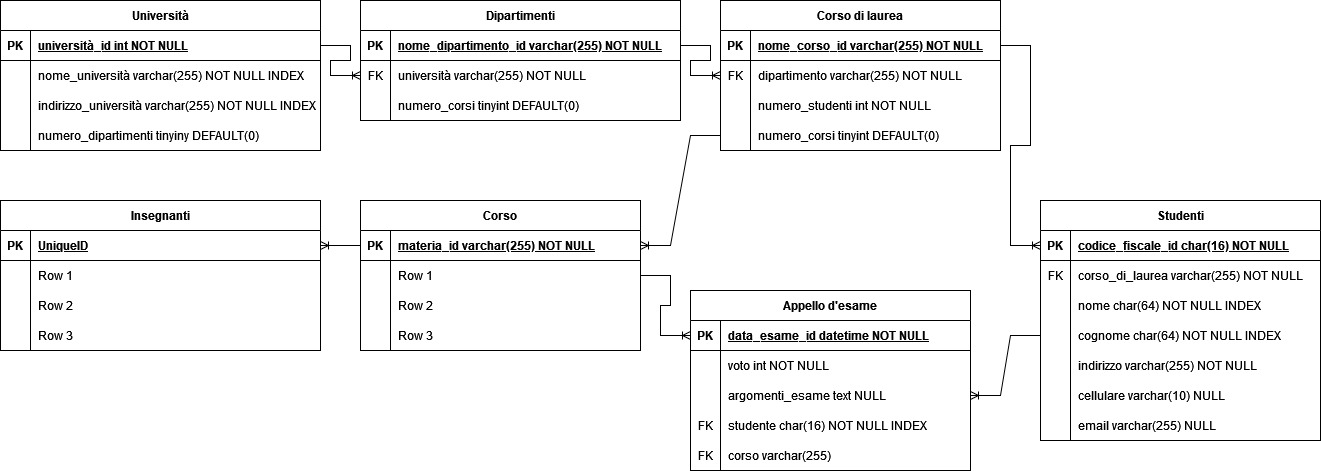
IlGrandeLuca/db-university keeps this draw.io diagram as db-university.drawio.png. Above is the earlier version. Source tidied: cells renumbered, new cells last; positions are measured from the earlier drawing's top-left corner, leaving out a move shared by most shapes.
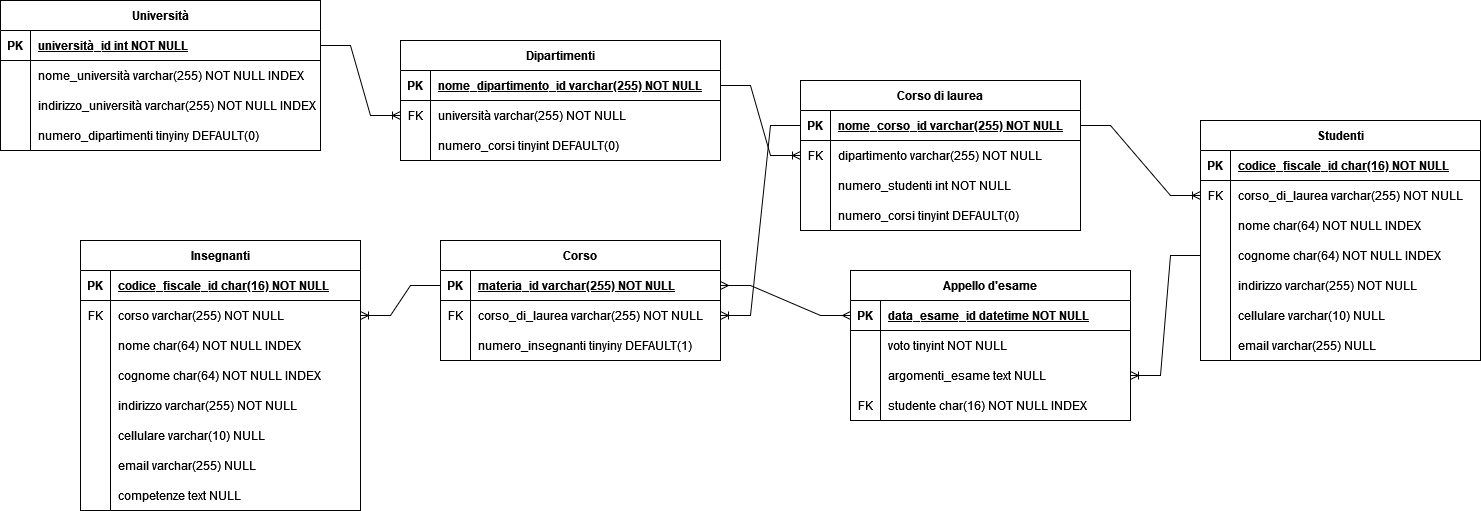
Later version of the same file.

The edit, as a diff of the source:
```diff
@@ -3,7 +3,7 @@
     <mxCell id="0" />
     <mxCell id="1" parent="0" />
     <mxCell id="2" value="Dipartimenti" style="shape=table;startSize=30;rowLines=0;fontStyle=1;align=center;" parent="1" vertex="1">
-      <mxGeometry x="360" width="320" height="120" as="geometry" />
+      <mxGeometry x="400" y="40" width="320" height="120" as="geometry" />
     </mxCell>
     <mxCell id="3" style="shape=partialRectangle;fillColor=none;points=[[0,0.5],[1,0.5]];portConstraint=eastwest;top=0;left=0;right=0;bottom=1;" parent="2" vertex="1">
       <mxGeometry y="30" width="320" height="30" as="geometry" />
@@ -33,7 +33,7 @@
       <mxGeometry x="30" width="290" height="30" as="geometry" />
     </mxCell>
     <mxCell id="12" value="Corso di laurea" style="shape=table;startSize=30;rowLines=0;fontStyle=1;align=center;" parent="1" vertex="1">
-      <mxGeometry x="720" width="280" height="150" as="geometry" />
+      <mxGeometry x="800" y="80" width="280" height="150" as="geometry" />
     </mxCell>
     <mxCell id="13" style="shape=partialRectangle;fillColor=none;points=[[0,0.5],[1,0.5]];portConstraint=eastwest;top=0;left=0;right=0;bottom=1;" parent="12" vertex="1">
       <mxGeometry y="30" width="280" height="30" as="geometry" />
@@ -110,47 +110,8 @@
     <mxCell id="37" value="numero_dipartimenti tinyiny DEFAULT(0)" style="shape=partialRectangle;fillColor=none;top=0;left=0;bottom=0;right=0;align=left;spacingLeft=6;overflow=hidden;" parent="35" vertex="1">
       <mxGeometry x="30" width="290" height="30" as="geometry" />
     </mxCell>
-    <mxCell id="38" value="Insegnanti" style="shape=table;startSize=30;rowLines=0;fontStyle=1;align=center;" parent="1" vertex="1">
-      <mxGeometry y="200" width="320" height="150" as="geometry" />
-    </mxCell>
-    <mxCell id="39" style="shape=partialRectangle;fillColor=none;top=0;left=0;bottom=1;right=0;points=[[0,0.5],[1,0.5]];portConstraint=eastwest;" parent="38" vertex="1">
-      <mxGeometry y="30" width="320" height="30" as="geometry" />
-    </mxCell>
-    <mxCell id="40" value="PK" style="shape=partialRectangle;fillColor=none;top=0;left=0;bottom=0;right=0;fontStyle=1;overflow=hidden;" parent="39" vertex="1">
-      <mxGeometry width="30" height="30" as="geometry" />
-    </mxCell>
-    <mxCell id="41" value="UniqueID" style="shape=partialRectangle;fillColor=none;top=0;left=0;bottom=0;right=0;align=left;spacingLeft=6;fontStyle=5;overflow=hidden;" parent="39" vertex="1">
-      <mxGeometry x="30" width="290" height="30" as="geometry" />
-    </mxCell>
-    <mxCell id="42" style="shape=partialRectangle;fillColor=none;top=0;left=0;bottom=0;right=0;" parent="38" vertex="1">
-      <mxGeometry y="60" width="320" height="30" as="geometry" />
-    </mxCell>
-    <mxCell id="43" style="shape=partialRectangle;fillColor=none;top=0;left=0;bottom=0;right=0;overflow=hidden;" parent="42" vertex="1">
-      <mxGeometry width="30" height="30" as="geometry" />
-    </mxCell>
-    <mxCell id="44" value="Row 1" style="shape=partialRectangle;fillColor=none;top=0;left=0;bottom=0;right=0;align=left;spacingLeft=6;overflow=hidden;" parent="42" vertex="1">
-      <mxGeometry x="30" width="290" height="30" as="geometry" />
-    </mxCell>
-    <mxCell id="45" style="shape=partialRectangle;fillColor=none;top=0;left=0;bottom=0;right=0;" parent="38" vertex="1">
-      <mxGeometry y="90" width="320" height="30" as="geometry" />
-    </mxCell>
-    <mxCell id="46" style="shape=partialRectangle;fillColor=none;top=0;left=0;bottom=0;right=0;overflow=hidden;" parent="45" vertex="1">
-      <mxGeometry width="30" height="30" as="geometry" />
-    </mxCell>
-    <mxCell id="47" value="Row 2" style="shape=partialRectangle;fillColor=none;top=0;left=0;bottom=0;right=0;align=left;spacingLeft=6;overflow=hidden;" parent="45" vertex="1">
-      <mxGeometry x="30" width="290" height="30" as="geometry" />
-    </mxCell>
-    <mxCell id="48" style="shape=partialRectangle;fillColor=none;top=0;left=0;bottom=0;right=0;" parent="38" vertex="1">
-      <mxGeometry y="120" width="320" height="30" as="geometry" />
-    </mxCell>
-    <mxCell id="49" style="shape=partialRectangle;fillColor=none;top=0;left=0;bottom=0;right=0;overflow=hidden;" parent="48" vertex="1">
-      <mxGeometry width="30" height="30" as="geometry" />
-    </mxCell>
-    <mxCell id="50" value="Row 3" style="shape=partialRectangle;fillColor=none;top=0;left=0;bottom=0;right=0;align=left;spacingLeft=6;overflow=hidden;" parent="48" vertex="1">
-      <mxGeometry x="30" width="290" height="30" as="geometry" />
-    </mxCell>
     <mxCell id="51" value="Studenti" style="shape=table;startSize=30;rowLines=0;fontStyle=1;align=center;" parent="1" vertex="1">
-      <mxGeometry x="1040" y="200" width="280" height="240" as="geometry" />
+      <mxGeometry x="1200" y="120" width="280" height="240" as="geometry" />
     </mxCell>
     <mxCell id="52" style="shape=partialRectangle;fillColor=none;top=0;left=0;bottom=1;right=0;points=[[0,0.5],[1,0.5]];portConstraint=eastwest;" parent="51" vertex="1">
       <mxGeometry y="30" width="280" height="30" as="geometry" />
@@ -216,7 +177,7 @@
       <mxGeometry x="30" width="250" height="30" as="geometry" />
     </mxCell>
     <mxCell id="73" value="Appello d'esame" style="shape=table;startSize=30;rowLines=0;fontStyle=1;align=center;" parent="1" vertex="1">
-      <mxGeometry x="690" y="290" width="280" height="180" as="geometry" />
+      <mxGeometry x="850" y="270" width="280" height="150" as="geometry" />
     </mxCell>
     <mxCell id="74" style="shape=partialRectangle;fillColor=none;top=0;left=0;bottom=1;right=0;points=[[0,0.5],[1,0.5]];portConstraint=eastwest;" parent="73" vertex="1">
       <mxGeometry y="30" width="280" height="30" as="geometry" />
@@ -233,7 +194,7 @@
     <mxCell id="78" style="shape=partialRectangle;fillColor=none;top=0;left=0;bottom=0;right=0;overflow=hidden;" parent="77" vertex="1">
       <mxGeometry width="30" height="30" as="geometry" />
     </mxCell>
-    <mxCell id="79" value="voto int NOT NULL" style="shape=partialRectangle;fillColor=none;top=0;left=0;bottom=0;right=0;align=left;spacingLeft=6;overflow=hidden;" parent="77" vertex="1">
+    <mxCell id="79" value="voto tinyint NOT NULL" style="shape=partialRectangle;fillColor=none;top=0;left=0;bottom=0;right=0;align=left;spacingLeft=6;overflow=hidden;" parent="77" vertex="1">
       <mxGeometry x="30" width="250" height="30" as="geometry" />
     </mxCell>
     <mxCell id="80" style="shape=partialRectangle;fillColor=none;top=0;left=0;bottom=0;right=0;points=[[0,0.5],[1,0.5]];portConstraint=eastwest;" parent="73" vertex="1">
@@ -254,17 +215,8 @@
     <mxCell id="85" value="studente char(16) NOT NULL INDEX" style="shape=partialRectangle;fillColor=none;top=0;left=0;bottom=0;right=0;align=left;spacingLeft=6;fontStyle=0;overflow=hidden;" parent="83" vertex="1">
       <mxGeometry x="30" width="250" height="30" as="geometry" />
     </mxCell>
-    <mxCell id="86" style="shape=partialRectangle;fillColor=none;top=0;left=0;bottom=0;right=0;" parent="73" vertex="1">
-      <mxGeometry y="150" width="280" height="30" as="geometry" />
-    </mxCell>
-    <mxCell id="87" value="FK" style="shape=partialRectangle;fillColor=none;top=0;left=0;bottom=0;right=0;overflow=hidden;" parent="86" vertex="1">
-      <mxGeometry width="30" height="30" as="geometry" />
-    </mxCell>
-    <mxCell id="88" value="corso varchar(255)" style="shape=partialRectangle;fillColor=none;top=0;left=0;bottom=0;right=0;align=left;spacingLeft=6;overflow=hidden;" parent="86" vertex="1">
-      <mxGeometry x="30" width="250" height="30" as="geometry" />
-    </mxCell>
     <mxCell id="89" value="Corso" style="shape=table;startSize=30;rowLines=0;fontStyle=1;align=center;" parent="1" vertex="1">
-      <mxGeometry x="360" y="200" width="280" height="150" as="geometry" />
+      <mxGeometry x="440" y="240" width="280" height="120" as="geometry" />
     </mxCell>
     <mxCell id="90" style="shape=partialRectangle;fillColor=none;top=0;left=0;bottom=1;right=0;points=[[0,0.5],[1,0.5]];portConstraint=eastwest;" parent="89" vertex="1">
       <mxGeometry y="30" width="280" height="30" as="geometry" />
@@ -278,28 +230,19 @@
     <mxCell id="93" style="shape=partialRectangle;fillColor=none;top=0;left=0;bottom=0;right=0;points=[[0,0.5],[1,0.5]];portConstraint=eastwest;" parent="89" vertex="1">
       <mxGeometry y="60" width="280" height="30" as="geometry" />
     </mxCell>
-    <mxCell id="94" style="shape=partialRectangle;fillColor=none;top=0;left=0;bottom=0;right=0;overflow=hidden;" parent="93" vertex="1">
+    <mxCell id="94" value="FK" style="shape=partialRectangle;fillColor=none;top=0;left=0;bottom=0;right=0;overflow=hidden;" parent="93" vertex="1">
       <mxGeometry width="30" height="30" as="geometry" />
     </mxCell>
-    <mxCell id="95" value="Row 1" style="shape=partialRectangle;fillColor=none;top=0;left=0;bottom=0;right=0;align=left;spacingLeft=6;overflow=hidden;" parent="93" vertex="1">
+    <mxCell id="95" value="corso_di_laurea varchar(255) NOT NULL" style="shape=partialRectangle;fillColor=none;top=0;left=0;bottom=0;right=0;align=left;spacingLeft=6;overflow=hidden;" parent="93" vertex="1">
       <mxGeometry x="30" width="250" height="30" as="geometry" />
     </mxCell>
-    <mxCell id="96" style="shape=partialRectangle;fillColor=none;top=0;left=0;bottom=0;right=0;" parent="89" vertex="1">
-      <mxGeometry y="90" width="280" height="30" as="geometry" />
-    </mxCell>
-    <mxCell id="97" style="shape=partialRectangle;fillColor=none;top=0;left=0;bottom=0;right=0;overflow=hidden;" parent="96" vertex="1">
-      <mxGeometry width="30" height="30" as="geometry" />
-    </mxCell>
-    <mxCell id="98" value="Row 2" style="shape=partialRectangle;fillColor=none;top=0;left=0;bottom=0;right=0;align=left;spacingLeft=6;overflow=hidden;" parent="96" vertex="1">
-      <mxGeometry x="30" width="250" height="30" as="geometry" />
-    </mxCell>
     <mxCell id="99" style="shape=partialRectangle;fillColor=none;top=0;left=0;bottom=0;right=0;" parent="89" vertex="1">
-      <mxGeometry y="120" width="280" height="30" as="geometry" />
+      <mxGeometry y="90" width="280" height="30" as="geometry" />
     </mxCell>
     <mxCell id="100" style="shape=partialRectangle;fillColor=none;top=0;left=0;bottom=0;right=0;overflow=hidden;" parent="99" vertex="1">
       <mxGeometry width="30" height="30" as="geometry" />
     </mxCell>
-    <mxCell id="101" value="Row 3" style="shape=partialRectangle;fillColor=none;top=0;left=0;bottom=0;right=0;align=left;spacingLeft=6;overflow=hidden;" parent="99" vertex="1">
+    <mxCell id="101" value="numero_insegnanti tinyiny DEFAULT(1)" style="shape=partialRectangle;fillColor=none;top=0;left=0;bottom=0;right=0;align=left;spacingLeft=6;overflow=hidden;" parent="99" vertex="1">
       <mxGeometry x="30" width="250" height="30" as="geometry" />
     </mxCell>
     <mxCell id="102" style="edgeStyle=entityRelationEdgeStyle;fontSize=12;html=1;endArrow=ERoneToMany;rounded=0;entryX=0;entryY=0.5;entryDx=0;entryDy=0;exitX=1;exitY=0.5;exitDx=0;exitDy=0;" parent="1" edge="1" source="26" target="6">
@@ -308,20 +251,95 @@
     <mxCell id="103" style="edgeStyle=entityRelationEdgeStyle;fontSize=12;html=1;endArrow=ERoneToMany;rounded=0;entryX=0;entryY=0.5;entryDx=0;entryDy=0;exitX=1;exitY=0.5;exitDx=0;exitDy=0;" parent="1" edge="1" source="3" target="16">
       <mxGeometry relative="1" as="geometry" />
     </mxCell>
-    <mxCell id="104" style="edgeStyle=entityRelationEdgeStyle;fontSize=12;html=1;endArrow=ERoneToMany;rounded=0;exitX=0;exitY=0.5;exitDx=0;exitDy=0;entryX=1;entryY=0.5;entryDx=0;entryDy=0;" parent="1" edge="1" source="22" target="90">
+    <mxCell id="104" style="edgeStyle=entityRelationEdgeStyle;fontSize=12;html=1;endArrow=ERoneToMany;rounded=0;exitX=0;exitY=0.5;exitDx=0;exitDy=0;entryX=1;entryY=0.5;entryDx=0;entryDy=0;" parent="1" edge="1" source="13" target="93">
       <mxGeometry relative="1" as="geometry" />
     </mxCell>
-    <mxCell id="105" style="edgeStyle=entityRelationEdgeStyle;fontSize=12;html=1;endArrow=ERoneToMany;rounded=0;exitX=0;exitY=0.5;exitDx=0;exitDy=0;entryX=1;entryY=0.5;entryDx=0;entryDy=0;" parent="1" edge="1" source="90" target="39">
+    <mxCell id="105" style="edgeStyle=entityRelationEdgeStyle;fontSize=12;html=1;endArrow=ERoneToMany;rounded=0;exitX=0;exitY=0.5;exitDx=0;exitDy=0;entryX=1;entryY=0.5;entryDx=0;entryDy=0;" parent="1" edge="1" source="90" target="111">
       <mxGeometry relative="1" as="geometry" />
     </mxCell>
-    <mxCell id="106" style="edgeStyle=entityRelationEdgeStyle;fontSize=12;html=1;endArrow=ERoneToMany;rounded=0;exitX=1;exitY=0.5;exitDx=0;exitDy=0;entryX=0;entryY=0.5;entryDx=0;entryDy=0;" parent="1" edge="1" source="93" target="74">
-      <mxGeometry relative="1" as="geometry" />
-    </mxCell>
     <mxCell id="107" style="edgeStyle=entityRelationEdgeStyle;fontSize=12;html=1;endArrow=ERoneToMany;rounded=0;exitX=0;exitY=0.5;exitDx=0;exitDy=0;entryX=1;entryY=0.5;entryDx=0;entryDy=0;anchorPointDirection=0;" parent="1" edge="1" source="61" target="80">
       <mxGeometry relative="1" as="geometry" />
     </mxCell>
-    <mxCell id="108" style="edgeStyle=entityRelationEdgeStyle;fontSize=12;html=1;endArrow=ERoneToMany;exitX=1;exitY=0.5;exitDx=0;exitDy=0;rounded=0;anchorPointDirection=1;flowAnimation=0;entryX=0;entryY=0.5;entryDx=0;entryDy=0;comic=0;" parent="1" edge="1" source="13" target="52">
+    <mxCell id="108" style="edgeStyle=entityRelationEdgeStyle;fontSize=12;html=1;endArrow=ERoneToMany;exitX=1;exitY=0.5;exitDx=0;exitDy=0;rounded=0;anchorPointDirection=1;flowAnimation=0;entryX=0;entryY=0.5;entryDx=0;entryDy=0;comic=0;" parent="1" edge="1" source="13" target="55">
       <mxGeometry relative="1" as="geometry" />
     </mxCell>
+    <mxCell id="38" value="Insegnanti" style="shape=table;startSize=30;rowLines=0;fontStyle=1;align=center;" parent="1" vertex="1">
+      <mxGeometry x="80" y="240" width="280" height="270" as="geometry" />
+    </mxCell>
+    <mxCell id="109" style="shape=partialRectangle;fillColor=none;top=0;left=0;bottom=1;right=0;" parent="38" vertex="1">
+      <mxGeometry y="30" width="280" height="30" as="geometry" />
+    </mxCell>
+    <mxCell id="40" value="PK" style="shape=partialRectangle;fillColor=none;top=0;left=0;bottom=0;right=0;fontStyle=1;overflow=hidden;" parent="109" vertex="1">
+      <mxGeometry width="30" height="30" as="geometry" />
+    </mxCell>
+    <mxCell id="110" value="codice_fiscale_id char(16) NOT NULL" style="shape=partialRectangle;fillColor=none;top=0;left=0;bottom=0;right=0;align=left;spacingLeft=6;fontStyle=5;overflow=hidden;" parent="109" vertex="1">
+      <mxGeometry x="30" width="250" height="30" as="geometry" />
+    </mxCell>
+    <mxCell id="111" style="shape=partialRectangle;fillColor=none;top=0;left=0;bottom=0;right=0;points=[[0,0.5],[1,0.5]];portConstraint=eastwest;" parent="38" vertex="1">
+      <mxGeometry y="60" width="280" height="30" as="geometry" />
+    </mxCell>
+    <mxCell id="87" value="FK" style="shape=partialRectangle;fillColor=none;top=0;left=0;bottom=0;right=0;overflow=hidden;" parent="111" vertex="1">
+      <mxGeometry width="30" height="30" as="geometry" />
+    </mxCell>
+    <mxCell id="112" value="corso varchar(255) NOT NULL" style="shape=partialRectangle;fillColor=none;top=0;left=0;bottom=0;right=0;align=left;spacingLeft=6;overflow=hidden;" parent="111" vertex="1">
+      <mxGeometry x="30" width="250" height="30" as="geometry" />
+    </mxCell>
+    <mxCell id="96" style="shape=partialRectangle;fillColor=none;top=0;left=0;bottom=0;right=0;" parent="38" vertex="1">
+      <mxGeometry y="90" width="280" height="30" as="geometry" />
+    </mxCell>
+    <mxCell id="113" style="shape=partialRectangle;fillColor=none;top=0;left=0;bottom=0;right=0;overflow=hidden;" parent="96" vertex="1">
+      <mxGeometry width="30" height="30" as="geometry" />
+    </mxCell>
+    <mxCell id="114" value="nome char(64) NOT NULL INDEX" style="shape=partialRectangle;fillColor=none;top=0;left=0;bottom=0;right=0;align=left;spacingLeft=6;overflow=hidden;" parent="96" vertex="1">
+      <mxGeometry x="30" width="250" height="30" as="geometry" />
+    </mxCell>
+    <mxCell id="115" style="shape=partialRectangle;fillColor=none;top=0;left=0;bottom=0;right=0;" parent="38" vertex="1">
+      <mxGeometry y="120" width="280" height="30" as="geometry" />
+    </mxCell>
+    <mxCell id="116" style="shape=partialRectangle;fillColor=none;top=0;left=0;bottom=0;right=0;overflow=hidden;" parent="115" vertex="1">
+      <mxGeometry width="30" height="30" as="geometry" />
+    </mxCell>
+    <mxCell id="117" value="cognome char(64) NOT NULL INDEX" style="shape=partialRectangle;fillColor=none;top=0;left=0;bottom=0;right=0;align=left;spacingLeft=6;overflow=hidden;" parent="115" vertex="1">
+      <mxGeometry x="30" width="250" height="30" as="geometry" />
+    </mxCell>
+    <mxCell id="86" style="shape=partialRectangle;fillColor=none;top=0;left=0;bottom=0;right=0;" parent="38" vertex="1">
+      <mxGeometry y="150" width="280" height="30" as="geometry" />
+    </mxCell>
+    <mxCell id="118" style="shape=partialRectangle;fillColor=none;top=0;left=0;bottom=0;right=0;overflow=hidden;" parent="86" vertex="1">
+      <mxGeometry width="30" height="30" as="geometry" />
+    </mxCell>
+    <mxCell id="119" value="indirizzo varchar(255) NOT NULL" style="shape=partialRectangle;fillColor=none;top=0;left=0;bottom=0;right=0;align=left;spacingLeft=6;overflow=hidden;" parent="86" vertex="1">
+      <mxGeometry x="30" width="250" height="30" as="geometry" />
+    </mxCell>
+    <mxCell id="120" style="shape=partialRectangle;fillColor=none;top=0;left=0;bottom=0;right=0;" parent="38" vertex="1">
+      <mxGeometry y="180" width="280" height="30" as="geometry" />
+    </mxCell>
+    <mxCell id="121" style="shape=partialRectangle;fillColor=none;top=0;left=0;bottom=0;right=0;overflow=hidden;" parent="120" vertex="1">
+      <mxGeometry width="30" height="30" as="geometry" />
+    </mxCell>
+    <mxCell id="122" value="cellulare varchar(10) NULL" style="shape=partialRectangle;fillColor=none;top=0;left=0;bottom=0;right=0;align=left;spacingLeft=6;overflow=hidden;" parent="120" vertex="1">
+      <mxGeometry x="30" width="250" height="30" as="geometry" />
+    </mxCell>
+    <mxCell id="123" style="shape=partialRectangle;fillColor=none;top=0;left=0;bottom=0;right=0;" parent="38" vertex="1">
+      <mxGeometry y="210" width="280" height="30" as="geometry" />
+    </mxCell>
+    <mxCell id="124" style="shape=partialRectangle;fillColor=none;top=0;left=0;bottom=0;right=0;overflow=hidden;" parent="123" vertex="1">
+      <mxGeometry width="30" height="30" as="geometry" />
+    </mxCell>
+    <mxCell id="125" value="email varchar(255) NULL" style="shape=partialRectangle;fillColor=none;top=0;left=0;bottom=0;right=0;align=left;spacingLeft=6;overflow=hidden;" parent="123" vertex="1">
+      <mxGeometry x="30" width="250" height="30" as="geometry" />
+    </mxCell>
+    <mxCell id="126" style="shape=partialRectangle;fillColor=none;top=0;left=0;bottom=0;right=0;" parent="38" vertex="1">
+      <mxGeometry y="240" width="280" height="30" as="geometry" />
+    </mxCell>
+    <mxCell id="127" style="shape=partialRectangle;fillColor=none;top=0;left=0;bottom=0;right=0;overflow=hidden;" parent="126" vertex="1">
+      <mxGeometry width="30" height="30" as="geometry" />
+    </mxCell>
+    <mxCell id="128" value="competenze text NULL" style="shape=partialRectangle;fillColor=none;top=0;left=0;bottom=0;right=0;align=left;spacingLeft=6;overflow=hidden;" parent="126" vertex="1">
+      <mxGeometry x="30" width="250" height="30" as="geometry" />
+    </mxCell>
+    <mxCell id="129" style="edgeStyle=entityRelationEdgeStyle;fontSize=12;html=1;endArrow=ERmany;startArrow=ERmany;rounded=0;comic=0;exitX=1;exitY=0.5;exitDx=0;exitDy=0;entryX=0;entryY=0.5;entryDx=0;entryDy=0;" parent="1" edge="1" source="90" target="74">
+      <mxGeometry relative="1" as="geometry" />
+    </mxCell>
   </root>
 </mxGraphModel>
```
